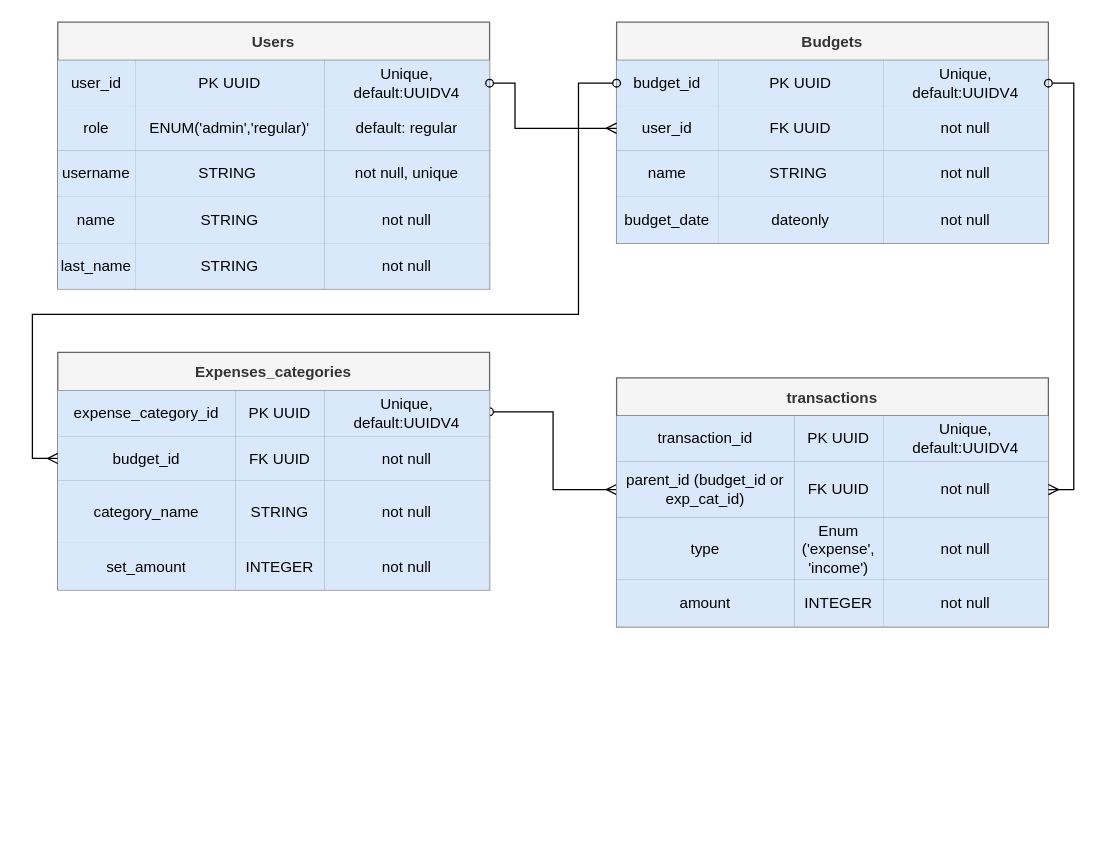
MgARL/the_budget_guru keeps this draw.io diagram as the_budger_guru_models.drawio. Above is the earlier version. Source tidied: cells renumbered, new cells numbered last; positions are measured from the earlier drawing's top-left corner, leaving out a move shared by most shapes. Both pictures are drawn from the tidied source at 127%, with x=0, y=0 at pixel (32, 22).
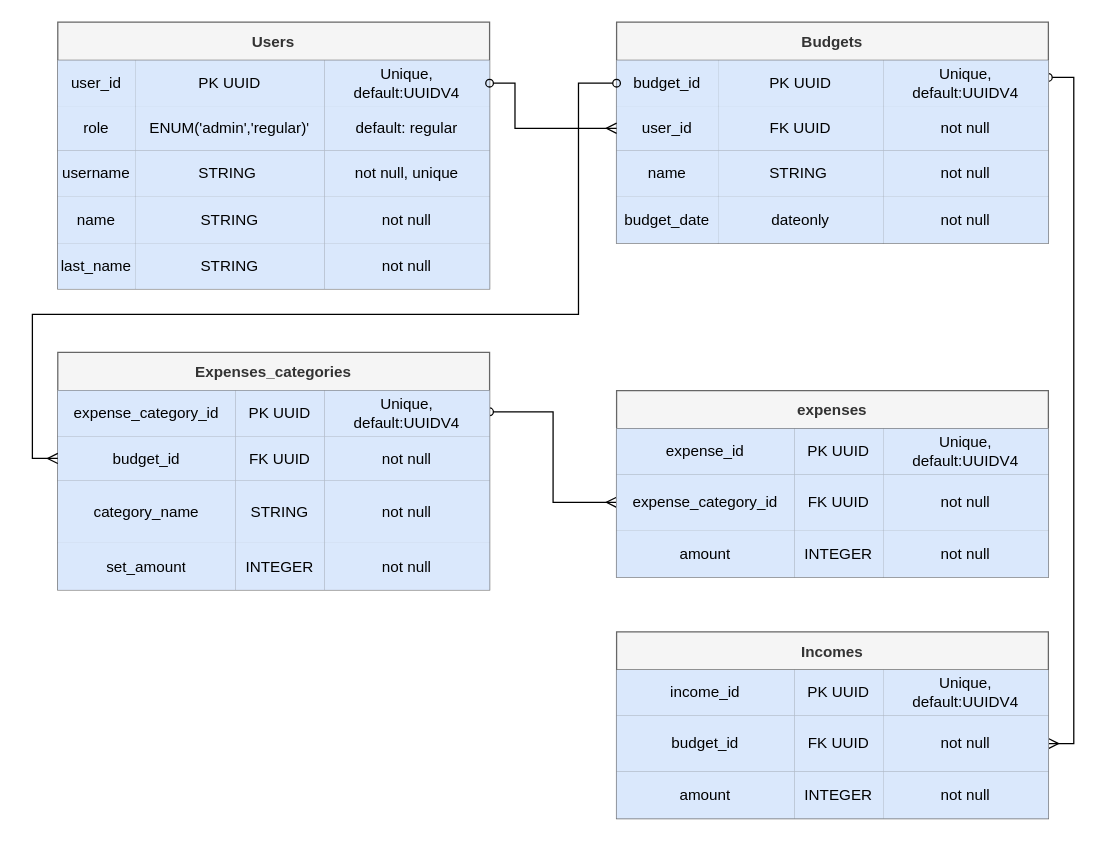
After the change.

Commit message:
Added Incomes table to diagram

The change refers to these unchanged cells:
```xml
<mxCell id="23" value="Budgets" style="shape=table;startSize=30;childLayout=tableLayout;fontStyle=1;align=center;fillColor=#f5f5f5;fontColor=#333333;strokeColor=#666666;" parent="1" vertex="1">
  <mxGeometry x="460" width="340" height="174" as="geometry" />
</mxCell>
<mxCell id="24" style="shape=tableRow;horizontal=0;startSize=0;swimlaneHead=0;swimlaneBody=0;top=0;left=0;bottom=0;right=0;fillColor=none;points=[[0,0.5],[1,0.5]];portConstraint=eastwest;" parent="23" vertex="1">
  <mxGeometry y="30" width="340" height="36" as="geometry" />
</mxCell>
<mxCell id="61" style="shape=tableRow;horizontal=0;startSize=0;swimlaneHead=0;swimlaneBody=0;top=0;left=0;bottom=0;right=0;fillColor=none;" parent="60" vertex="1">
  <mxGeometry y="30" width="340" height="36" as="geometry" />
</mxCell>
<mxCell id="65" style="shape=tableRow;horizontal=0;startSize=0;swimlaneHead=0;swimlaneBody=0;top=0;left=0;bottom=0;right=0;fillColor=none;points=[[0,0.5],[1,0.5]];portConstraint=eastwest;" parent="60" vertex="1">
  <mxGeometry y="66" width="340" height="44" as="geometry" />
</mxCell>
```

What changed in the source:
```diff
@@
+    <mxCell id="78" style="edgeStyle=orthogonalEdgeStyle;rounded=0;jettySize=auto;html=1;exitX=1;exitY=0.25;exitDx=0;exitDy=0;endArrow=ERmany;endFill=0;startArrow=oval;startFill=0;" parent="1" edge="1" source="23" target="84">
+      <mxGeometry relative="1" as="geometry" />
+    </mxCell>
@@
-    <mxCell id="60" value="transactions" style="shape=table;startSize=30;childLayout=tableLayout;fontStyle=1;align=center;fillColor=#f5f5f5;fontColor=#333333;strokeColor=#666666;" parent="1" vertex="1">
-      <mxGeometry x="460" y="280" width="340" height="196" as="geometry" />
+    <mxCell id="60" value="expenses" style="shape=table;startSize=30;childLayout=tableLayout;fontStyle=1;align=center;fillColor=#f5f5f5;fontColor=#333333;strokeColor=#666666;" parent="1" vertex="1">
+      <mxGeometry x="460" y="290" width="340" height="147" as="geometry" />
     </mxCell>
@@
-    <mxCell id="62" value="transaction_id" style="shape=partialRectangle;html=1;whiteSpace=wrap;fillColor=#dae8fc;top=0;left=0;bottom=0;right=0;overflow=hidden;strokeColor=#6c8ebf;" parent="61" vertex="1">
+    <mxCell id="62" value="expense_id" style="shape=partialRectangle;html=1;whiteSpace=wrap;fillColor=#dae8fc;top=0;left=0;bottom=0;right=0;overflow=hidden;strokeColor=#6c8ebf;" parent="61" vertex="1">
       <mxGeometry width="140" height="36" as="geometry" />
     </mxCell>
@@
-    <mxCell id="66" value="&lt;div&gt;parent_id (budget_id or exp_cat_id)&lt;br&gt;&lt;/div&gt;" style="shape=partialRectangle;html=1;whiteSpace=wrap;fillColor=#dae8fc;top=0;left=0;bottom=0;right=0;overflow=hidden;strokeColor=#6c8ebf;" parent="65" vertex="1">
+    <mxCell id="66" value="expense_category_id" style="shape=partialRectangle;html=1;whiteSpace=wrap;fillColor=#dae8fc;top=0;left=0;bottom=0;right=0;overflow=hidden;strokeColor=#6c8ebf;" parent="65" vertex="1">
       <mxGeometry width="140" height="44" as="geometry" />
     </mxCell>
@@
-    <mxCell id="69" style="shape=tableRow;horizontal=0;startSize=0;swimlaneHead=0;swimlaneBody=0;top=0;left=0;bottom=0;right=0;fillColor=none;" parent="60" vertex="1">
-      <mxGeometry y="110" width="340" height="49" as="geometry" />
-    </mxCell>
-    <mxCell id="70" value="type" style="shape=partialRectangle;html=1;whiteSpace=wrap;fillColor=#dae8fc;top=0;left=0;bottom=0;right=0;overflow=hidden;strokeColor=#6c8ebf;" parent="69" vertex="1">
-      <mxGeometry width="140" height="49" as="geometry" />
-    </mxCell>
-    <mxCell id="71" value="Enum ('expense', 'income')" style="shape=partialRectangle;html=1;whiteSpace=wrap;fillColor=#dae8fc;top=0;left=0;bottom=0;right=0;overflow=hidden;strokeColor=#6c8ebf;" parent="69" vertex="1">
-      <mxGeometry x="140" width="70" height="49" as="geometry" />
-    </mxCell>
-    <mxCell id="72" value="not null" style="shape=partialRectangle;html=1;whiteSpace=wrap;fillColor=#dae8fc;top=0;left=0;bottom=0;right=0;overflow=hidden;strokeColor=#6c8ebf;" parent="69" vertex="1">
-      <mxGeometry x="210" width="130" height="49" as="geometry" />
-    </mxCell>
     <mxCell id="73" style="shape=tableRow;horizontal=0;startSize=0;swimlaneHead=0;swimlaneBody=0;top=0;left=0;bottom=0;right=0;fillColor=none;" parent="60" vertex="1">
-      <mxGeometry y="159" width="340" height="37" as="geometry" />
+      <mxGeometry y="110" width="340" height="37" as="geometry" />
     </mxCell>
@@
-    <mxCell id="77" style="edgeStyle=orthogonalEdgeStyle;rounded=0;jettySize=auto;html=1;exitX=1;exitY=0.5;exitDx=0;exitDy=0;startArrow=oval;startFill=0;endArrow=ERmany;endFill=0;" parent="1" edge="1" source="24" target="65">
-      <mxGeometry relative="1" as="geometry" />
-    </mxCell>
+    <mxCell id="79" value="Incomes" style="shape=table;startSize=30;childLayout=tableLayout;fontStyle=1;align=center;fillColor=#f5f5f5;fontColor=#333333;strokeColor=#666666;" parent="1" vertex="1">
+      <mxGeometry x="460" y="480" width="340" height="147" as="geometry" />
+    </mxCell>
+    <mxCell id="80" style="shape=tableRow;horizontal=0;startSize=0;swimlaneHead=0;swimlaneBody=0;top=0;left=0;bottom=0;right=0;fillColor=none;" parent="79" vertex="1">
+      <mxGeometry y="30" width="340" height="36" as="geometry" />
+    </mxCell>
+    <mxCell id="81" value="income_id" style="shape=partialRectangle;html=1;whiteSpace=wrap;fillColor=#dae8fc;top=0;left=0;bottom=0;right=0;overflow=hidden;strokeColor=#6c8ebf;" parent="80" vertex="1">
+      <mxGeometry width="140" height="36" as="geometry" />
+    </mxCell>
+    <mxCell id="82" value="PK UUID" style="shape=partialRectangle;html=1;whiteSpace=wrap;fillColor=#dae8fc;top=0;left=0;bottom=0;right=0;overflow=hidden;strokeColor=#6c8ebf;" parent="80" vertex="1">
+      <mxGeometry x="140" width="70" height="36" as="geometry" />
+    </mxCell>
+    <mxCell id="83" value="Unique, default:UUIDV4" style="shape=partialRectangle;html=1;whiteSpace=wrap;fillColor=#dae8fc;top=0;left=0;bottom=0;right=0;overflow=hidden;strokeColor=#6c8ebf;" parent="80" vertex="1">
+      <mxGeometry x="210" width="130" height="36" as="geometry" />
+    </mxCell>
+    <mxCell id="84" style="shape=tableRow;horizontal=0;startSize=0;swimlaneHead=0;swimlaneBody=0;top=0;left=0;bottom=0;right=0;fillColor=none;points=[[0,0.5],[1,0.5]];portConstraint=eastwest;" parent="79" vertex="1">
+      <mxGeometry y="66" width="340" height="44" as="geometry" />
+    </mxCell>
+    <mxCell id="85" value="budget_id" style="shape=partialRectangle;html=1;whiteSpace=wrap;fillColor=#dae8fc;top=0;left=0;bottom=0;right=0;overflow=hidden;strokeColor=#6c8ebf;" parent="84" vertex="1">
+      <mxGeometry width="140" height="44" as="geometry" />
+    </mxCell>
+    <mxCell id="86" value="FK UUID" style="shape=partialRectangle;html=1;whiteSpace=wrap;fillColor=#dae8fc;top=0;left=0;bottom=0;right=0;overflow=hidden;strokeColor=#6c8ebf;" parent="84" vertex="1">
+      <mxGeometry x="140" width="70" height="44" as="geometry" />
+    </mxCell>
+    <mxCell id="87" value="not null" style="shape=partialRectangle;html=1;whiteSpace=wrap;fillColor=#dae8fc;top=0;left=0;bottom=0;right=0;overflow=hidden;strokeColor=#6c8ebf;" parent="84" vertex="1">
+      <mxGeometry x="210" width="130" height="44" as="geometry" />
+    </mxCell>
+    <mxCell id="88" style="shape=tableRow;horizontal=0;startSize=0;swimlaneHead=0;swimlaneBody=0;top=0;left=0;bottom=0;right=0;fillColor=none;" parent="79" vertex="1">
+      <mxGeometry y="110" width="340" height="37" as="geometry" />
+    </mxCell>
+    <mxCell id="89" value="amount" style="shape=partialRectangle;html=1;whiteSpace=wrap;fillColor=#dae8fc;top=0;left=0;bottom=0;right=0;overflow=hidden;strokeColor=#6c8ebf;" parent="88" vertex="1">
+      <mxGeometry width="140" height="37" as="geometry" />
+    </mxCell>
+    <mxCell id="90" value="INTEGER" style="shape=partialRectangle;html=1;whiteSpace=wrap;fillColor=#dae8fc;top=0;left=0;bottom=0;right=0;overflow=hidden;strokeColor=#6c8ebf;" parent="88" vertex="1">
+      <mxGeometry x="140" width="70" height="37" as="geometry" />
+    </mxCell>
+    <mxCell id="91" value="not null" style="shape=partialRectangle;html=1;whiteSpace=wrap;fillColor=#dae8fc;top=0;left=0;bottom=0;right=0;overflow=hidden;strokeColor=#6c8ebf;" parent="88" vertex="1">
+      <mxGeometry x="210" width="130" height="37" as="geometry" />
+    </mxCell>
```
